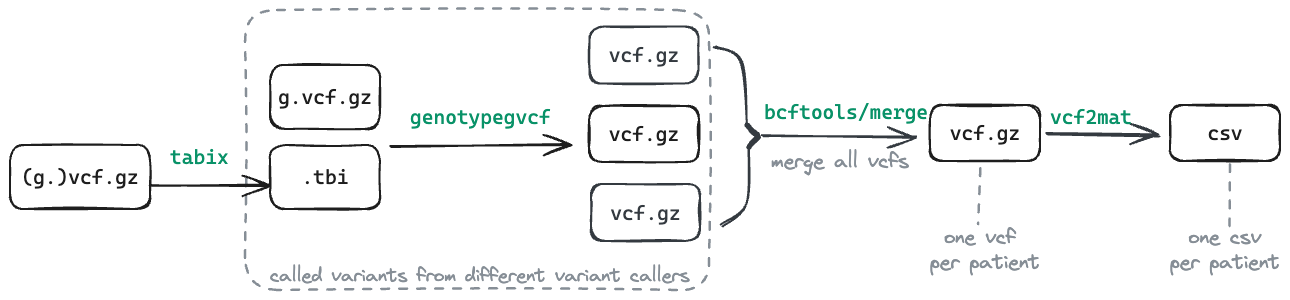
Before: docs/images/vcftomat.excalidraw.png, a diagram exported from Excalidraw (qbic-pipelines/vcftocounts). Source tidied: one line per element, renumbered; positions are measured from the earlier drawing's top-left corner, leaving out a move shared by most shapes.
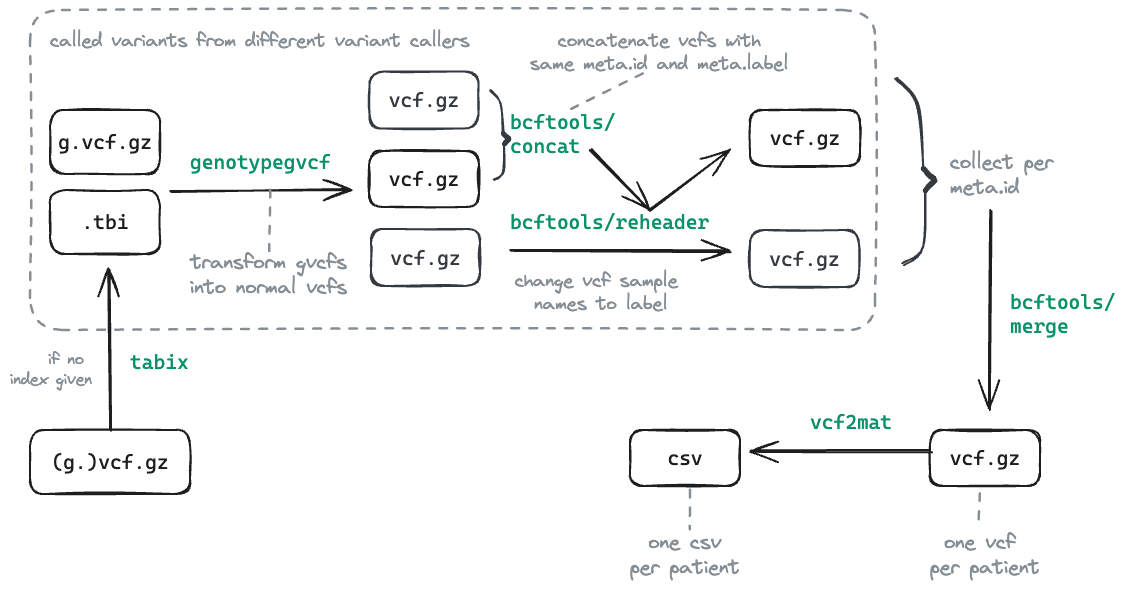
Above is the later version.

Diff of the diagram source:
```diff
@@ -8,28 +8,47 @@
 {"id": 7, "type": "text", "text": "vcf.gz", "strokeColor": "#343a40", "strokeWidth": 2, "roughness": 1, "fontSize": 20, "fontFamily": 3, "textAlign": "center", "verticalAlign": "middle", "inside": 6, "x": 600, "y": 190, "width": 70, "height": 24}
 {"id": 8, "type": "rectangle", "strokeColor": "#343a40", "strokeWidth": 2, "roughness": 1, "round": true, "x": 580, "y": 16, "width": 109, "height": 57}
 {"id": 9, "type": "text", "text": "vcf.gz", "strokeColor": "#343a40", "strokeWidth": 2, "roughness": 1, "fontSize": 20, "fontFamily": 3, "textAlign": "center", "verticalAlign": "middle", "inside": 8, "x": 599, "y": 33, "width": 70, "height": 24}
-{"id": 10, "type": "arrow", "strokeColor": "#343a40", "strokeWidth": 2, "roughness": 1, "round": true, "from": 8, "x": 704, "y": 37, "width": 32, "height": 79, "points": [[0, 0], [27, 15], [32, 79]]}
+{"id": 10, "type": "arrow", "strokeColor": "#343a40", "strokeWidth": 2, "roughness": 1, "round": true, "from": 16, "x": 1105, "y": 23, "width": 27, "height": 92, "points": [[0, 0], [22, 28], [27, 92]]}
-{"id": 11, "type": "arrow", "strokeColor": "#343a40", "angle": 3.12, "strokeWidth": 2, "roughness": 1, "round": true, "x": 739, "y": 138, "width": 30, "height": 79, "points": [[0, 0], [-26, 21], [-30, 79]]}
+{"id": 11, "type": "arrow", "strokeColor": "#343a40", "angle": 3.12, "strokeWidth": 2, "roughness": 1, "round": true, "from": 16, "x": 1136, "y": 136, "width": 25, "height": 74, "points": [[0, 0], [-21, 16], [-25, 74]]}
-{"id": 12, "type": "freedraw", "strokeColor": "#343a40", "strokeWidth": 1, "roughness": 1, "x": 737, "y": 115, "width": 10, "height": 10, "points": [[0, 0], [1, 0], [1, 1], [1, 2], [2, 2], [2, 3], [3, 3], [3, 4], [4, 5], [4, 6], [5, 6], [6, 6], [6, 7], [7, 7], [7, 8], [8, 8], [9, 8], [9, 9], [10, 9], [10, 10], [10, 10]]}
+{"id": 12, "type": "freedraw", "strokeColor": "#343a40", "strokeWidth": 1, "roughness": 1, "x": 1133, "y": 114, "width": 10, "height": 10, "points": [[0, 0], [1, 0], [1, 1], [1, 2], [2, 2], [2, 3], [3, 3], [3, 4], [4, 5], [4, 6], [5, 6], [6, 6], [6, 7], [7, 7], [7, 8], [8, 8], [9, 8], [9, 9], [10, 9], [10, 10], [10, 10]]}
-{"id": 13, "type": "freedraw", "strokeColor": "#343a40", "strokeWidth": 1, "roughness": 1, "x": 739, "y": 137, "width": 9, "height": 10, "points": [[0, 0], [0, -1], [1, -1], [1, -2], [2, -3], [3, -4], [4, -5], [5, -5], [5, -6], [6, -7], [7, -7], [7, -8], [8, -8], [8, -9], [9, -9], [9, -10], [9, -10]]}
+{"id": 13, "type": "freedraw", "strokeColor": "#343a40", "strokeWidth": 1, "roughness": 1, "x": 1135, "y": 136, "width": 9, "height": 10, "points": [[0, 0], [0, -1], [1, -1], [1, -2], [2, -3], [3, -4], [4, -5], [5, -5], [5, -6], [6, -7], [7, -7], [7, -8], [8, -8], [8, -9], [9, -9], [9, -10], [9, -10]]}
-{"id": 14, "type": "arrow", "strokeColor": "#343a40", "strokeWidth": 2, "roughness": 1, "endArrowhead": "arrow", "round": true, "to": 19, "x": 753, "y": 126, "width": 152, "height": 1, "points": [[0, 0], [152, 1]]}
-{"id": 15, "type": "text", "text": "bcftools/merge", "strokeColor": "#099268", "strokeWidth": 2, "roughness": 1, "fontSize": 20, "fontFamily": 3, "x": 754, "y": 90, "width": 164, "height": 24}
+{"id": 15, "type": "text", "text": "bcftools/\nmerge", "strokeColor": "#099268", "strokeWidth": 2, "roughness": 1, "fontSize": 20, "fontFamily": 3, "x": 1220, "y": 235, "width": 105, "height": 48}
-{"id": 16, "type": "rectangle", "strokeColor": "#868e96", "strokeWidth": 2, "strokeStyle": "dashed", "roughness": 1, "round": true, "x": 235, "y": 0, "width": 464, "height": 280}
+{"id": 16, "type": "rectangle", "strokeColor": "#868e96", "strokeWidth": 2, "strokeStyle": "dashed", "roughness": 1, "round": true, "x": 240, "y": -45, "width": 845, "height": 320}
-{"id": 17, "type": "text", "text": "called variants from different variant callers", "strokeColor": "#868e96", "strokeWidth": 2, "strokeStyle": "dashed", "roughness": 1, "fontSize": 18.61, "fontFamily": 1, "x": 260, "y": 255, "width": 420, "height": 23}
+{"id": 17, "type": "text", "text": "called variants from different variant callers", "strokeColor": "#868e96", "strokeWidth": 2, "strokeStyle": "dashed", "roughness": 1, "fontSize": 18.61, "fontFamily": 1, "x": 260, "y": -25, "width": 420, "height": 23}
-{"id": 18, "type": "text", "text": "merge all vcfs", "strokeColor": "#868e96", "strokeWidth": 2, "strokeStyle": "dashed", "roughness": 1, "fontSize": 20, "fontFamily": 1, "x": 761, "y": 139, "width": 138, "height": 25}
-{"id": 19, "type": "rectangle", "strokeColor": "#1e1e1e", "strokeWidth": 2, "roughness": 1, "round": true, "x": 920, "y": 95, "width": 110, "height": 56}
+{"id": 19, "type": "rectangle", "strokeColor": "#1e1e1e", "strokeWidth": 2, "roughness": 1, "round": true, "x": 1140, "y": 375, "width": 110, "height": 56}
-{"id": 20, "type": "text", "text": "vcf.gz", "strokeColor": "#1e1e1e", "strokeWidth": 2, "roughness": 1, "fontSize": 20, "fontFamily": 3, "textAlign": "center", "verticalAlign": "middle", "inside": 19, "x": 940, "y": 111, "width": 70, "height": 24}
+{"id": 20, "type": "text", "text": "vcf.gz", "strokeColor": "#1e1e1e", "strokeWidth": 2, "roughness": 1, "fontSize": 20, "fontFamily": 3, "textAlign": "center", "verticalAlign": "middle", "inside": 19, "x": 1160, "y": 391, "width": 70, "height": 24}
-{"id": 21, "type": "text", "text": "one vcf \nper patient", "strokeColor": "#868e96", "strokeWidth": 2, "strokeStyle": "dashed", "roughness": 1, "fontSize": 20, "fontFamily": 1, "textAlign": "center", "x": 920, "y": 215, "width": 110, "height": 50}
+{"id": 21, "type": "text", "text": "one vcf \nper patient", "strokeColor": "#868e96", "strokeWidth": 2, "strokeStyle": "dashed", "roughness": 1, "fontSize": 20, "fontFamily": 1, "textAlign": "center", "x": 1140, "y": 475, "width": 110, "height": 50}
-{"id": 22, "type": "arrow", "strokeColor": "#868e96", "strokeWidth": 2, "strokeStyle": "dashed", "roughness": 1, "round": true, "from": 19, "to": 21, "x": 970, "y": 158, "width": 2, "height": 56, "points": [[0, 0], [-2, 56]]}
+{"id": 22, "type": "arrow", "strokeColor": "#868e96", "strokeWidth": 2, "strokeStyle": "dashed", "roughness": 1, "round": true, "from": 19, "to": 21, "x": 1190, "y": 438, "width": 2, "height": 36, "points": [[0, 0], [-2, 36]]}
-{"id": 23, "type": "rectangle", "strokeColor": "#1e1e1e", "strokeWidth": 2, "roughness": 1, "round": true, "x": 1160, "y": 95, "width": 110, "height": 56}
+{"id": 23, "type": "rectangle", "strokeColor": "#1e1e1e", "strokeWidth": 2, "roughness": 1, "round": true, "x": 840, "y": 375, "width": 110, "height": 56}
-{"id": 24, "type": "text", "text": "csv", "strokeColor": "#1e1e1e", "strokeWidth": 2, "roughness": 1, "fontSize": 20, "fontFamily": 3, "textAlign": "center", "verticalAlign": "middle", "inside": 23, "x": 1197, "y": 111, "width": 35, "height": 24}
+{"id": 24, "type": "text", "text": "csv", "strokeColor": "#1e1e1e", "strokeWidth": 2, "roughness": 1, "fontSize": 20, "fontFamily": 3, "textAlign": "center", "verticalAlign": "middle", "inside": 23, "x": 877, "y": 391, "width": 35, "height": 24}
-{"id": 25, "type": "arrow", "strokeColor": "#343a40", "strokeWidth": 2, "roughness": 1, "endArrowhead": "arrow", "round": true, "from": 19, "to": 23, "x": 1036, "y": 125, "width": 114, "height": 1, "points": [[0, 0], [114, 1]]}
-{"id": 26, "type": "text", "text": "vcf2mat", "strokeColor": "#099268", "strokeWidth": 2, "roughness": 1, "fontSize": 20, "fontFamily": 3, "x": 1040, "y": 95, "width": 82, "height": 24}
+{"id": 26, "type": "text", "text": "vcf2mat", "strokeColor": "#099268", "strokeWidth": 2, "roughness": 1, "fontSize": 20, "fontFamily": 3, "x": 1020, "y": 355, "width": 82, "height": 24}
-{"id": 27, "type": "text", "text": "one csv\nper patient", "strokeColor": "#868e96", "strokeWidth": 2, "strokeStyle": "dashed", "roughness": 1, "fontSize": 20, "fontFamily": 1, "textAlign": "center", "x": 1160, "y": 215, "width": 110, "height": 50}
+{"id": 27, "type": "text", "text": "one csv\nper patient", "strokeColor": "#868e96", "strokeWidth": 2, "strokeStyle": "dashed", "roughness": 1, "fontSize": 20, "fontFamily": 1, "textAlign": "center", "x": 840, "y": 475, "width": 110, "height": 50}
-{"id": 28, "type": "arrow", "strokeColor": "#868e96", "strokeWidth": 2, "strokeStyle": "dashed", "roughness": 1, "round": true, "from": 23, "to": 27, "x": 1220, "y": 155, "width": 0, "height": 60, "points": [[0, 0], [0, 60]]}
+{"id": 28, "type": "arrow", "strokeColor": "#868e96", "strokeWidth": 2, "strokeStyle": "dashed", "roughness": 1, "round": true, "from": 23, "to": 27, "x": 900, "y": 435, "width": 0, "height": 39, "points": [[0, 0], [0, 39]]}
 {"id": 29, "type": "rectangle", "strokeColor": "#1e1e1e", "strokeWidth": 2, "roughness": 1, "round": true, "x": 260, "y": 135, "width": 110, "height": 64}
 {"id": 30, "type": "text", "text": ".tbi", "strokeColor": "#1e1e1e", "strokeWidth": 2, "roughness": 1, "fontSize": 20, "fontFamily": 3, "textAlign": "center", "verticalAlign": "middle", "inside": 29, "x": 292, "y": 155, "width": 47, "height": 24}
-{"id": 31, "type": "rectangle", "strokeColor": "#1e1e1e", "strokeWidth": 2, "roughness": 1, "round": true, "x": 0, "y": 135, "width": 140, "height": 64}
+{"id": 31, "type": "rectangle", "strokeColor": "#1e1e1e", "strokeWidth": 2, "roughness": 1, "round": true, "x": 240, "y": 375, "width": 160, "height": 64}
-{"id": 32, "type": "text", "text": "(g.)vcf.gz", "strokeColor": "#1e1e1e", "strokeWidth": 2, "roughness": 1, "fontSize": 20, "fontFamily": 3, "textAlign": "center", "verticalAlign": "middle", "inside": 31, "x": 11, "y": 155, "width": 117, "height": 24}
+{"id": 32, "type": "text", "text": "(g.)vcf.gz", "strokeColor": "#1e1e1e", "strokeWidth": 2, "roughness": 1, "fontSize": 20, "fontFamily": 3, "textAlign": "center", "verticalAlign": "middle", "inside": 31, "x": 261, "y": 395, "width": 117, "height": 24}
-{"id": 33, "type": "arrow", "strokeColor": "#1e1e1e", "strokeWidth": 2, "roughness": 1, "endArrowhead": "arrow", "round": true, "from": 31, "to": 29, "x": 141, "y": 175, "width": 118, "height": 0, "points": [[0, 0], [118, 0]]}
-{"id": 34, "type": "text", "text": "tabix", "strokeColor": "#099268", "strokeWidth": 2, "roughness": 1, "fontSize": 20, "fontFamily": 3, "x": 160, "y": 135, "width": 59, "height": 24}
+{"id": 34, "type": "text", "text": "tabix", "strokeColor": "#099268", "strokeWidth": 2, "roughness": 1, "fontSize": 20, "fontFamily": 3, "x": 340, "y": 295, "width": 59, "height": 24}
+{"id": 35, "type": "arrow", "strokeColor": "#1e1e1e", "strokeWidth": 2, "roughness": 1, "endArrowhead": "arrow", "round": true, "x": 720, "y": 195, "width": 221, "height": 1, "points": [[0, 0], [221, 1]]}
+{"id": 36, "type": "text", "text": "bcftools/reheader", "strokeColor": "#099268", "strokeWidth": 2, "roughness": 1, "fontSize": 20, "fontFamily": 3, "x": 720, "y": 155, "width": 199, "height": 24}
+{"id": 37, "type": "text", "text": "change vcf sample \nnames to label", "strokeColor": "#868e96", "strokeWidth": 2, "strokeStyle": "dashed", "roughness": 1, "fontSize": 18.45, "fontFamily": 1, "textAlign": "center", "x": 725, "y": 215, "width": 172, "height": 46}
+{"id": 38, "type": "rectangle", "strokeColor": "#1e1e1e", "strokeWidth": 2, "roughness": 1, "round": true, "x": 960, "y": 55, "width": 110, "height": 56}
+{"id": 39, "type": "text", "text": "vcf.gz", "strokeColor": "#1e1e1e", "strokeWidth": 2, "roughness": 1, "fontSize": 20, "fontFamily": 3, "textAlign": "center", "verticalAlign": "middle", "inside": 38, "x": 980, "y": 71, "width": 70, "height": 24}
+{"id": 40, "type": "rectangle", "strokeColor": "#343a40", "strokeWidth": 2, "roughness": 1, "round": true, "x": 960, "y": 175, "width": 109, "height": 57}
+{"id": 41, "type": "text", "text": "vcf.gz", "strokeColor": "#343a40", "strokeWidth": 2, "roughness": 1, "fontSize": 20, "fontFamily": 3, "textAlign": "center", "verticalAlign": "middle", "inside": 40, "x": 979, "y": 192, "width": 70, "height": 24}
+{"id": 42, "type": "text", "text": "collect per \nmeta.id", "strokeColor": "#868e96", "strokeWidth": 2, "strokeStyle": "dashed", "roughness": 1, "fontSize": 20, "fontFamily": 1, "x": 1160, "y": 95, "width": 113, "height": 50}
+{"id": 43, "type": "arrow", "strokeColor": "#1e1e1e", "strokeWidth": 2, "roughness": 1, "endArrowhead": "arrow", "round": true, "from": 42, "x": 1201, "y": 156, "width": 1, "height": 199, "points": [[0, 0], [-1, 199]]}
+{"id": 44, "type": "arrow", "strokeColor": "#1e1e1e", "strokeWidth": 2, "roughness": 1, "endArrowhead": "arrow", "round": true, "to": 23, "x": 1140, "y": 396, "width": 179, "height": 0, "points": [[0, 0], [-179, 0]]}
+{"id": 45, "type": "arrow", "strokeColor": "#1e1e1e", "strokeWidth": 2, "roughness": 1, "endArrowhead": "arrow", "round": true, "from": 31, "to": 29, "x": 320, "y": 375, "width": 0, "height": 160, "points": [[0, 0], [0, -160]]}
+{"id": 46, "type": "text", "text": "if no \nindex given", "strokeColor": "#868e96", "strokeWidth": 2, "roughness": 1, "fontSize": 16, "fontFamily": 1, "textAlign": "right", "x": 220, "y": 295, "width": 82, "height": 40}
+{"id": 47, "type": "text", "text": "transform gvcfs\ninto normal vcfs", "strokeColor": "#868e96", "strokeWidth": 2, "strokeStyle": "dashed", "roughness": 1, "fontSize": 20, "fontFamily": 1, "textAlign": "center", "x": 400, "y": 195, "width": 157, "height": 50}
+{"id": 48, "type": "arrow", "strokeColor": "#868e96", "strokeWidth": 2, "strokeStyle": "dashed", "roughness": 1, "round": true, "to": 47, "x": 480, "y": 135, "width": 0, "height": 60, "points": [[0, 0], [0, 60]]}
+{"id": 49, "type": "arrow", "strokeColor": "#343a40", "strokeWidth": 2, "roughness": 1, "round": true, "from": 8, "to": 53, "x": 700, "y": 36, "width": 13, "height": 43, "points": [[0, 0], [10, 13], [13, 43]]}
+{"id": 50, "type": "arrow", "strokeColor": "#343a40", "angle": 3.12, "strokeWidth": 2, "roughness": 1, "round": true, "from": 2, "to": 53, "x": 715, "y": 89, "width": 12, "height": 35, "points": [[0, 0], [-10, 8], [-12, 35]]}
+{"id": 51, "type": "freedraw", "strokeColor": "#343a40", "strokeWidth": 1, "roughness": 1, "x": 713, "y": 79, "width": 5, "height": 5, "points": [[0, 0], [0, 0], [0, 0], [0, 1], [1, 1], [1, 1], [1, 1], [1, 2], [2, 2], [2, 3], [2, 3], [3, 3], [3, 3], [3, 3], [3, 4], [4, 4], [4, 4], [4, 4], [5, 4], [5, 5], [5, 5]]}
+{"id": 52, "type": "freedraw", "strokeColor": "#343a40", "strokeWidth": 1, "roughness": 1, "x": 714, "y": 89, "width": 4, "height": 5, "points": [[0, 0], [0, 0], [0, 0], [0, -1], [1, -1], [1, -2], [2, -2], [2, -2], [2, -3], [3, -3], [3, -3], [3, -4], [4, -4], [4, -4], [4, -4], [4, -5], [4, -5]]}
+{"id": 53, "type": "text", "text": "bcftools/\nconcat", "strokeColor": "#099268", "strokeWidth": 2, "roughness": 1, "fontSize": 20, "fontFamily": 3, "x": 720, "y": 55, "width": 105, "height": 48}
+{"id": 54, "type": "arrow", "strokeColor": "#1e1e1e", "strokeWidth": 2, "roughness": 1, "endArrowhead": "arrow", "round": true, "to": 36, "x": 800, "y": 95, "width": 60, "height": 60, "points": [[0, 0], [60, 60]]}
+{"id": 55, "type": "arrow", "strokeColor": "#1e1e1e", "strokeWidth": 2, "roughness": 1, "endArrowhead": "arrow", "round": true, "from": 36, "to": 38, "x": 860, "y": 155, "width": 80, "height": 60, "points": [[0, 0], [80, -60]]}
+{"id": 56, "type": "text", "text": "concatenate vcfs with\nsame meta.id and meta.label", "strokeColor": "#868e96", "strokeWidth": 2, "strokeStyle": "dashed", "roughness": 1, "fontSize": 18.45, "fontFamily": 1, "textAlign": "center", "x": 740, "y": -25, "width": 258, "height": 46}
+{"id": 57, "type": "line", "strokeColor": "#868e96", "strokeWidth": 2, "strokeStyle": "dashed", "roughness": 1, "round": true, "x": 780, "y": 55, "width": 80, "height": 40, "points": [[0, 0], [80, -40]]}
```
